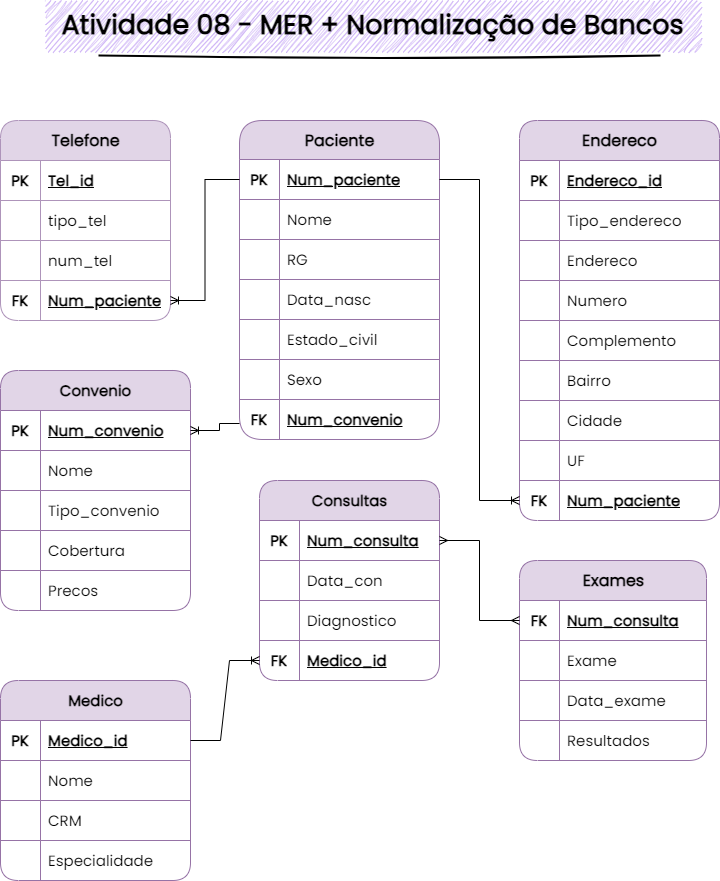
Above: Atividade 08/Atividade/Atividade08.drawio.png in stxrkwas/BD-I (draw.io), before the change. Source tidied: cells renumbered, new cells last; positions are measured from the earlier drawing's top-left corner, leaving out a move shared by most shapes.
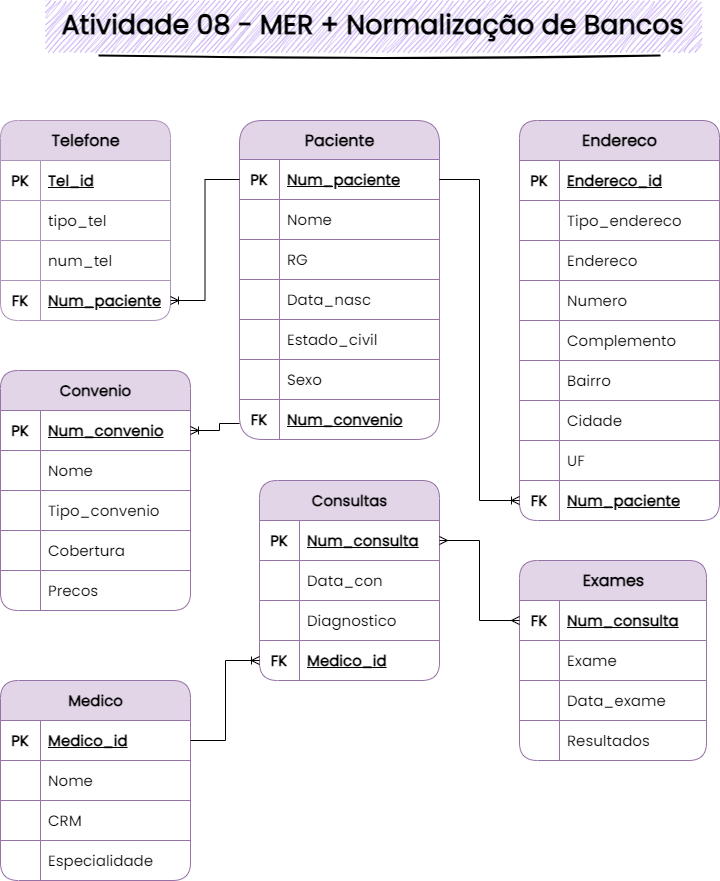
Above is the later version.

Change to the diagram source:
```diff
@@ -375,7 +375,7 @@
         </Array>
       </mxGeometry>
     </mxCell>
-    <mxCell id="125" style="edgeStyle=entityRelationEdgeStyle;fontSize=12;html=1;endArrow=ERoneToMany;rounded=0;fontFamily=Helvetica;fontColor=default;startSize=0;exitX=1;exitY=0.5;exitDx=0;exitDy=0;entryX=0;entryY=0.5;entryDx=0;entryDy=0;" parent="1" edge="1" source="110" target="93">
+    <mxCell id="125" style="edgeStyle=elbowEdgeStyle;fontSize=12;html=1;endArrow=ERoneToMany;rounded=0;fontFamily=Helvetica;fontColor=default;startSize=0;exitX=1;exitY=0.5;exitDx=0;exitDy=0;entryX=0;entryY=0.5;entryDx=0;entryDy=0;" parent="1" edge="1" source="110" target="93">
       <mxGeometry relative="1" as="geometry" />
     </mxCell>
     <mxCell id="126" style="edgeStyle=elbowEdgeStyle;fontSize=12;html=1;endArrow=ERmany;startArrow=ERmany;rounded=0;exitX=1;exitY=0.5;exitDx=0;exitDy=0;entryX=0;entryY=0.5;entryDx=0;entryDy=0;" parent="1" edge="1" source="84" target="97">
```
